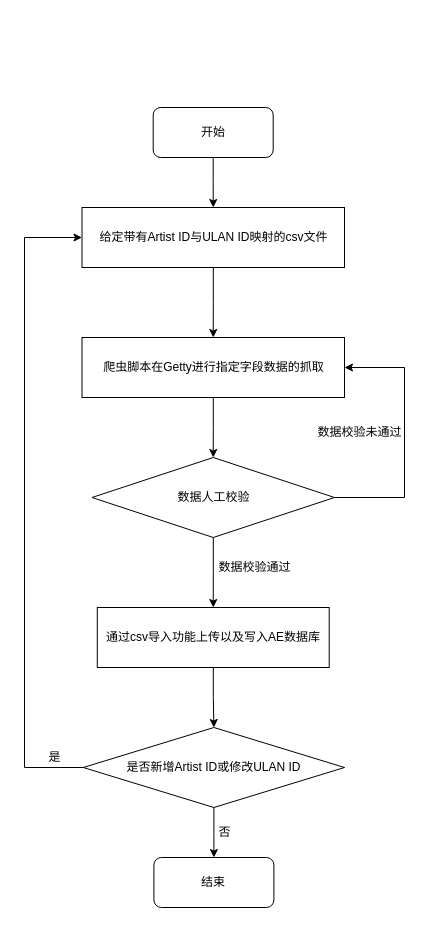
Earlier version of the draw.io diagram aida-diagrams-394.drawio (stormwasd/draw_io). Source tidied: cells renumbered, new cells numbered last; positions are measured from the earlier drawing's top-left corner, leaving out a move shared by most shapes. Both pictures are drawn from the tidied source at 100%, with x=0, y=0 at pixel (24, 107).
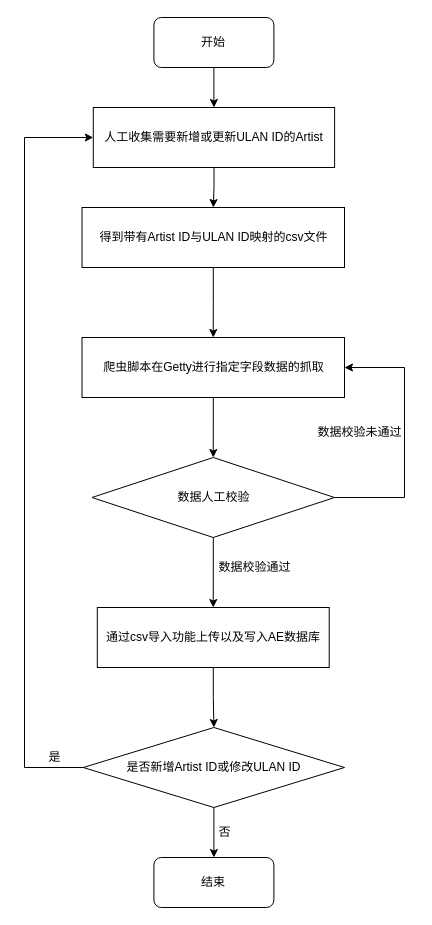
The same page after the edit.

The change refers to these unchanged cells:
```xml
<mxCell id="15" value="是否新增Artist ID或修改ULAN ID" style="rhombus;whiteSpace=wrap;html=1;" parent="1" vertex="1">
  <mxGeometry x="58.8" y="620" width="261.2" height="80" as="geometry" />
</mxCell>
```

The edit, as a diff of the source:
```diff
@@
-    <mxCell id="3" value="&lt;div style=&quot;text-align: left;&quot;&gt;&lt;span style=&quot;background-color: initial;&quot;&gt;给定带有Artist ID&lt;/span&gt;&lt;span style=&quot;background-color: initial;&quot;&gt;与ULAN ID映射的csv文件&lt;/span&gt;&lt;/div&gt;" style="rounded=0;whiteSpace=wrap;html=1;" parent="1" vertex="1">
+    <mxCell id="3" value="&lt;div style=&quot;text-align: left;&quot;&gt;&lt;span style=&quot;background-color: initial;&quot;&gt;得到带有Artist ID&lt;/span&gt;&lt;span style=&quot;background-color: initial;&quot;&gt;与ULAN ID映射的csv文件&lt;/span&gt;&lt;/div&gt;" style="rounded=0;whiteSpace=wrap;html=1;" parent="1" vertex="1">
       <mxGeometry x="57.5" y="100" width="262.5" height="60" as="geometry" />
     </mxCell>
@@
-    <mxCell id="14" style="edgeStyle=orthogonalEdgeStyle;rounded=0;jettySize=auto;html=1;entryX=0;entryY=0.5;entryDx=0;entryDy=0;" parent="1" edge="1" source="15" target="3">
+    <mxCell id="14" style="edgeStyle=orthogonalEdgeStyle;rounded=0;jettySize=auto;html=1;entryX=0;entryY=0.5;entryDx=0;entryDy=0;" parent="1" edge="1" source="15" target="23">
       <mxGeometry relative="1" as="geometry">
         <Array as="points">
           <mxPoint y="660" />
-          <mxPoint y="130" />
+          <mxPoint y="30" />
         </Array>
       </mxGeometry>
     </mxCell>
@@
-    <mxCell id="17" style="edgeStyle=orthogonalEdgeStyle;rounded=0;jettySize=auto;html=1;entryX=0.5;entryY=0;entryDx=0;entryDy=0;" parent="1" edge="1" source="18" target="3">
-      <mxGeometry relative="1" as="geometry" />
-    </mxCell>
+    <mxCell id="21" style="edgeStyle=orthogonalEdgeStyle;rounded=0;jettySize=auto;html=1;entryX=0.5;entryY=0;entryDx=0;entryDy=0;" parent="1" edge="1" source="18" target="23">
+      <mxGeometry relative="1" as="geometry" />
+    </mxCell>
     <mxCell id="18" value="开始" style="rounded=1;whiteSpace=wrap;html=1;" parent="1" vertex="1">
-      <mxGeometry x="128.7" width="120" height="50" as="geometry" />
+      <mxGeometry x="129.4" y="-90" width="120" height="50" as="geometry" />
     </mxCell>
@@
+    <mxCell id="22" style="edgeStyle=orthogonalEdgeStyle;rounded=0;jettySize=auto;html=1;" parent="1" edge="1" source="23" target="3">
+      <mxGeometry relative="1" as="geometry" />
+    </mxCell>
+    <mxCell id="23" value="人工收集需要新增或更新ULAN ID的Artist" style="rounded=0;whiteSpace=wrap;html=1;" parent="1" vertex="1">
+      <mxGeometry x="68.8" width="241.3" height="60" as="geometry" />
+    </mxCell>
```
